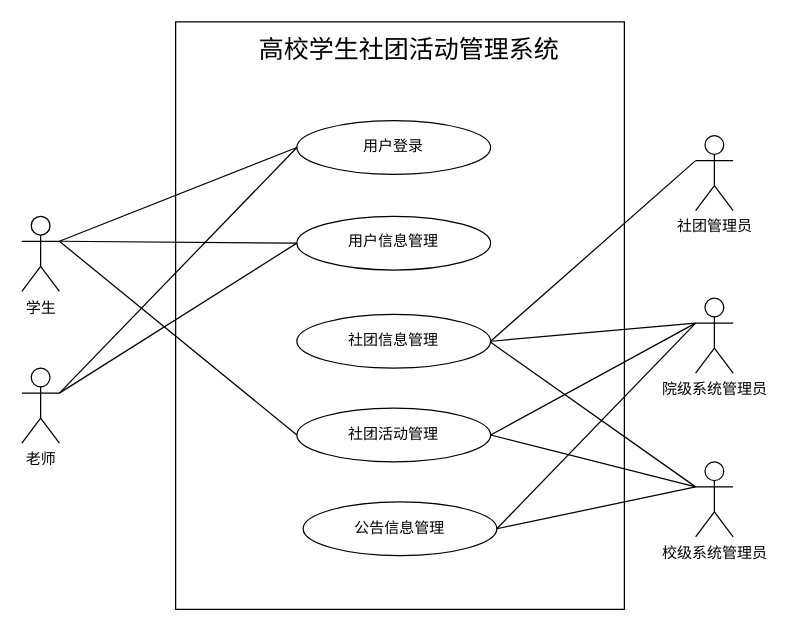
Gonod20s/Voice-Controlled-Robot keeps this draw.io diagram as 系统总体用例图.drawio. Above is the earlier version. Source tidied: cells renumbered, new cells numbered last; positions are measured from the earlier drawing's top-left corner, leaving out a move shared by most shapes. Both pictures are drawn from the tidied source at 125%, with x=0, y=0 at pixel (21, 21).
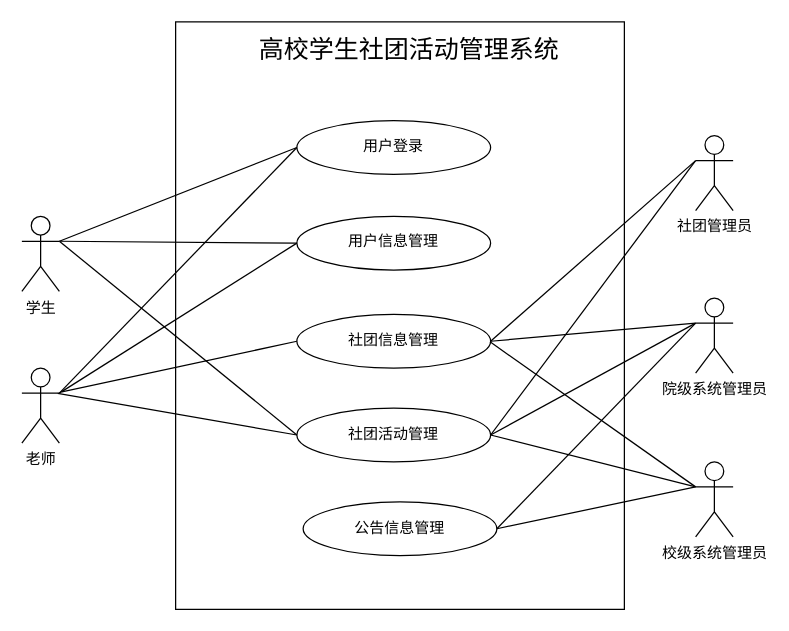
After the change.

Commit message (it also covers changes not shown here):
更新系统总体用例图.drawio

Unchanged cells that the change refers to:
```xml
<mxCell id="2" value="老师" style="shape=umlActor;html=1;verticalLabelPosition=bottom;verticalAlign=top;align=center;fontFamily=Architects Daughter;" parent="1" vertex="1">
  <mxGeometry y="277" width="30" height="60" as="geometry" />
</mxCell>
<mxCell id="3" value="社团管理员" style="shape=umlActor;html=1;verticalLabelPosition=bottom;verticalAlign=top;align=center;fontFamily=Architects Daughter;" parent="1" vertex="1">
  <mxGeometry x="539" y="91" width="30" height="60" as="geometry" />
</mxCell>
<mxCell id="10" value="社团信息管理" style="ellipse;whiteSpace=wrap;html=1;fontFamily=Architects Daughter;" parent="1" vertex="1">
  <mxGeometry x="220" y="234" width="155" height="43" as="geometry" />
</mxCell>
<mxCell id="11" value="社团活动管理" style="ellipse;whiteSpace=wrap;html=1;fontFamily=Architects Daughter;" parent="1" vertex="1">
  <mxGeometry x="220" y="309" width="155" height="43" as="geometry" />
</mxCell>
```

The edit, as a diff of the source:
```diff
@@
+    <mxCell id="26" style="endArrow=none;html=1;rounded=0;fontFamily=Architects Daughter;fontSize=16;startSize=14;endSize=14;sourcePerimeterSpacing=8;targetPerimeterSpacing=8;curved=1;entryX=0;entryY=0.5;entryDx=0;entryDy=0;" parent="1" edge="1" target="10">
+      <mxGeometry relative="1" as="geometry">
+        <mxPoint x="32" y="296" as="sourcePoint" />
+      </mxGeometry>
+    </mxCell>
+    <mxCell id="27" style="endArrow=none;html=1;rounded=0;fontFamily=Architects Daughter;fontSize=16;startSize=14;endSize=14;sourcePerimeterSpacing=8;targetPerimeterSpacing=8;curved=1;exitX=0.956;exitY=0.337;exitDx=0;exitDy=0;exitPerimeter=0;entryX=0;entryY=0.5;entryDx=0;entryDy=0;" parent="1" edge="1" source="2" target="11">
+      <mxGeometry relative="1" as="geometry" />
+    </mxCell>
+    <mxCell id="28" style="endArrow=none;html=1;rounded=0;fontFamily=Architects Daughter;fontSize=16;startSize=14;endSize=14;sourcePerimeterSpacing=8;targetPerimeterSpacing=8;curved=1;entryX=0;entryY=0.3333333333333333;entryDx=0;entryDy=0;entryPerimeter=0;exitX=1;exitY=0.5;exitDx=0;exitDy=0;" parent="1" edge="1" source="11" target="3">
+      <mxGeometry relative="1" as="geometry" />
+    </mxCell>
```
